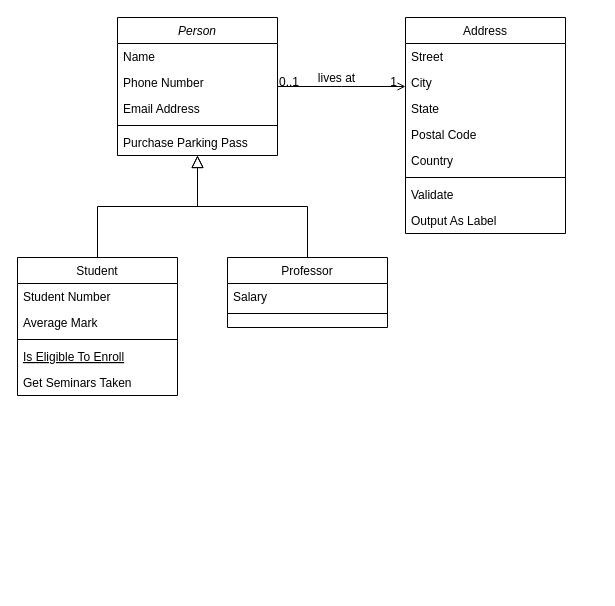
This is src/behavioral-design-pattern2.drawio from astrrr/behavioral-design-pattern2, a draw.io file, before an edit. Source tidied: cells renumbered, new cells numbered last; positions are measured from the earlier drawing's top-left corner, leaving out a move shared by most shapes. Both pictures are drawn from the tidied source at 100%, with x=0, y=0 at pixel (17, 17).
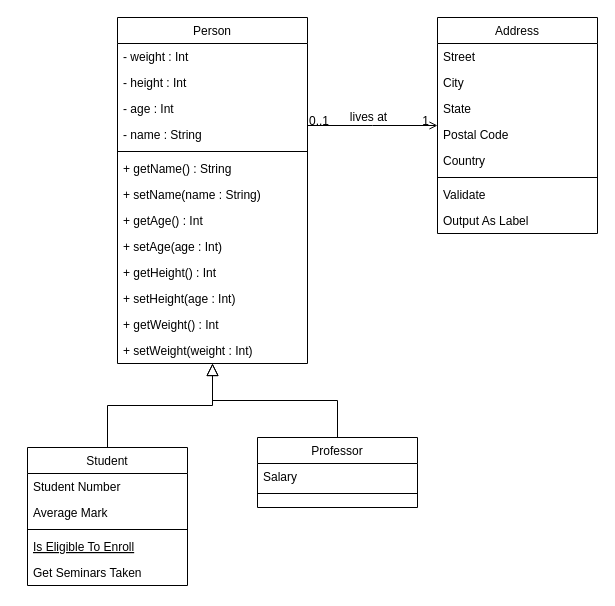
After the change.

What changed in the source:
```diff
@@
-    <mxCell id="2" value="Person" style="swimlane;fontStyle=2;align=center;verticalAlign=top;horizontal=1;startSize=26;rounded=0;shadow=0;strokeWidth=1;" parent="1" vertex="1">
-      <mxGeometry x="100" width="160" height="138" as="geometry" />
+    <mxCell id="2" value="Person" style="swimlane;fontStyle=0;align=center;verticalAlign=top;horizontal=1;startSize=26;rounded=0;shadow=0;strokeWidth=1;" parent="1" vertex="1">
+      <mxGeometry x="100" width="190" height="346" as="geometry" />
     </mxCell>
-    <mxCell id="3" value="Name" style="text;align=left;verticalAlign=top;spacingLeft=4;spacingRight=4;overflow=hidden;" parent="2" vertex="1">
-      <mxGeometry y="26" width="160" height="26" as="geometry" />
+    <mxCell id="3" value="- weight : Int" style="text;align=left;verticalAlign=top;spacingLeft=4;spacingRight=4;overflow=hidden;" parent="2" vertex="1">
+      <mxGeometry y="26" width="190" height="26" as="geometry" />
     </mxCell>
-    <mxCell id="4" value="Phone Number" style="text;align=left;verticalAlign=top;spacingLeft=4;spacingRight=4;overflow=hidden;rounded=0;shadow=0;html=0;" parent="2" vertex="1">
-      <mxGeometry y="52" width="160" height="26" as="geometry" />
+    <mxCell id="4" value="- height : Int" style="text;align=left;verticalAlign=top;spacingLeft=4;spacingRight=4;overflow=hidden;rounded=0;shadow=0;html=0;" parent="2" vertex="1">
+      <mxGeometry y="52" width="190" height="26" as="geometry" />
     </mxCell>
-    <mxCell id="5" value="Email Address" style="text;align=left;verticalAlign=top;spacingLeft=4;spacingRight=4;overflow=hidden;rounded=0;shadow=0;html=0;" parent="2" vertex="1">
-      <mxGeometry y="78" width="160" height="26" as="geometry" />
+    <mxCell id="5" value="- age : Int " style="text;align=left;verticalAlign=top;spacingLeft=4;spacingRight=4;overflow=hidden;rounded=0;shadow=0;html=0;" parent="2" vertex="1">
+      <mxGeometry y="78" width="190" height="26" as="geometry" />
     </mxCell>
+    <mxCell id="32" value="- name : String" style="text;align=left;verticalAlign=top;spacingLeft=4;spacingRight=4;overflow=hidden;rounded=0;shadow=0;html=0;" parent="2" vertex="1">
+      <mxGeometry y="104" width="190" height="26" as="geometry" />
+    </mxCell>
     <mxCell id="6" style="line;html=1;strokeWidth=1;align=left;verticalAlign=middle;spacingTop=-1;spacingLeft=3;spacingRight=3;labelPosition=right;" parent="2" vertex="1">
-      <mxGeometry y="104" width="160" height="8" as="geometry" />
+      <mxGeometry y="130" width="190" height="8" as="geometry" />
     </mxCell>
-    <mxCell id="7" value="Purchase Parking Pass" style="text;align=left;verticalAlign=top;spacingLeft=4;spacingRight=4;overflow=hidden;" parent="2" vertex="1">
-      <mxGeometry y="112" width="160" height="26" as="geometry" />
+    <mxCell id="7" value="+ getName() : String" style="text;align=left;verticalAlign=top;spacingLeft=4;spacingRight=4;overflow=hidden;" parent="2" vertex="1">
+      <mxGeometry y="138" width="190" height="26" as="geometry" />
     </mxCell>
+    <mxCell id="33" value="+ setName(name : String)  " style="text;align=left;verticalAlign=top;spacingLeft=4;spacingRight=4;overflow=hidden;" parent="2" vertex="1">
+      <mxGeometry y="164" width="190" height="26" as="geometry" />
+    </mxCell>
+    <mxCell id="34" value="+ getAge() : Int" style="text;align=left;verticalAlign=top;spacingLeft=4;spacingRight=4;overflow=hidden;" parent="2" vertex="1">
+      <mxGeometry y="190" width="190" height="26" as="geometry" />
+    </mxCell>
+    <mxCell id="35" value="+ setAge(age : Int) " style="text;align=left;verticalAlign=top;spacingLeft=4;spacingRight=4;overflow=hidden;" parent="2" vertex="1">
+      <mxGeometry y="216" width="190" height="26" as="geometry" />
+    </mxCell>
+    <mxCell id="36" value="+ getHeight() : Int" style="text;align=left;verticalAlign=top;spacingLeft=4;spacingRight=4;overflow=hidden;" parent="2" vertex="1">
+      <mxGeometry y="242" width="190" height="26" as="geometry" />
+    </mxCell>
+    <mxCell id="37" value="+ setHeight(age : Int) " style="text;align=left;verticalAlign=top;spacingLeft=4;spacingRight=4;overflow=hidden;" parent="2" vertex="1">
+      <mxGeometry y="268" width="190" height="26" as="geometry" />
+    </mxCell>
+    <mxCell id="38" value="+ getWeight() : Int" style="text;align=left;verticalAlign=top;spacingLeft=4;spacingRight=4;overflow=hidden;" parent="2" vertex="1">
+      <mxGeometry y="294" width="190" height="26" as="geometry" />
+    </mxCell>
+    <mxCell id="39" value="+ setWeight(weight : Int) " style="text;align=left;verticalAlign=top;spacingLeft=4;spacingRight=4;overflow=hidden;" parent="2" vertex="1">
+      <mxGeometry y="320" width="190" height="26" as="geometry" />
+    </mxCell>
     <mxCell id="8" value="Student" style="swimlane;fontStyle=0;align=center;verticalAlign=top;horizontal=1;startSize=26;rounded=0;shadow=0;strokeWidth=1;" parent="1" vertex="1">
-      <mxGeometry y="240" width="160" height="138" as="geometry" />
+      <mxGeometry x="10" y="430" width="160" height="138" as="geometry" />
     </mxCell>
@@
     <mxCell id="15" value="Professor" style="swimlane;fontStyle=0;align=center;verticalAlign=top;horizontal=1;startSize=26;rounded=0;shadow=0;strokeWidth=1;" parent="1" vertex="1">
-      <mxGeometry x="210" y="240" width="160" height="70" as="geometry" />
+      <mxGeometry x="240" y="420" width="160" height="70" as="geometry" />
     </mxCell>
@@
     <mxCell id="19" value="Address" style="swimlane;fontStyle=0;align=center;verticalAlign=top;horizontal=1;startSize=26;rounded=0;shadow=0;strokeWidth=1;" parent="1" vertex="1">
-      <mxGeometry x="388" width="160" height="216" as="geometry" />
+      <mxGeometry x="420" width="160" height="216" as="geometry" />
     </mxCell>
```
